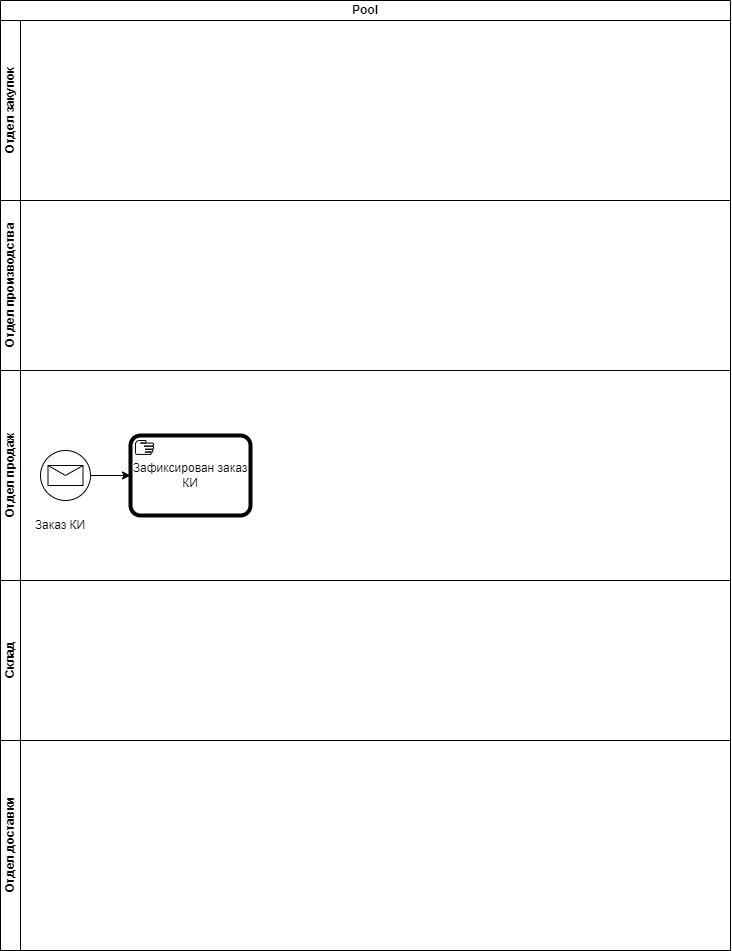
Above: BPMN.drawio.png in SofiyaBrodnikova/-educational (draw.io), before the change. Source tidied: cells renumbered, new cells last; positions are measured from the earlier drawing's top-left corner, leaving out a move shared by most shapes.
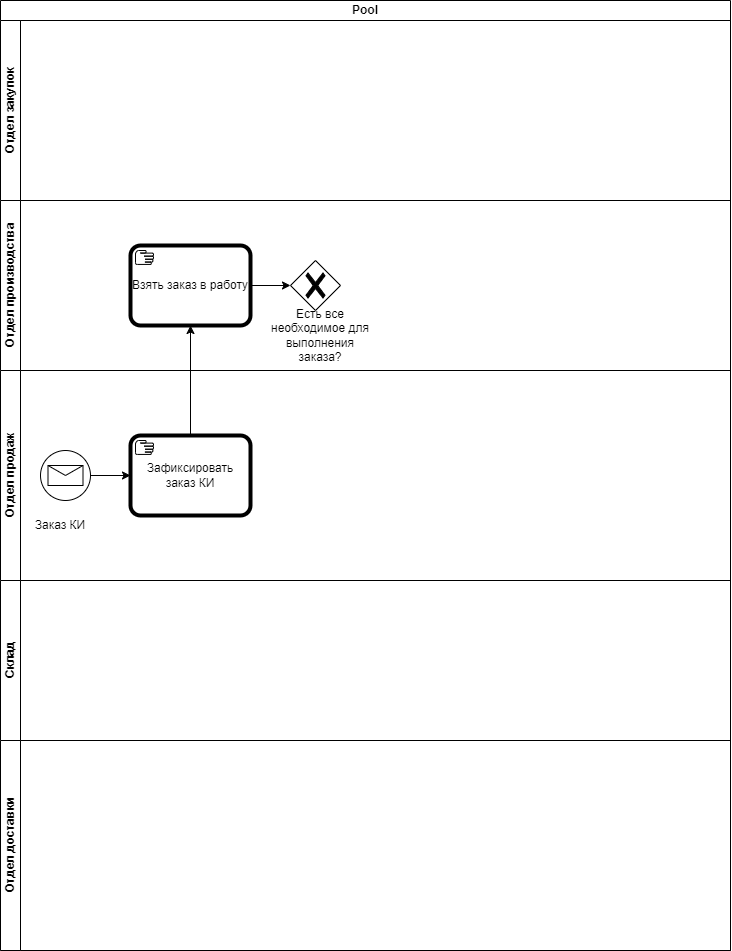
Later version of the same file.

Diff of the diagram source:
```diff
@@ -11,10 +11,22 @@
     <mxCell id="4" value="Отдел производства" style="swimlane;html=1;startSize=20;horizontal=0;" parent="2" vertex="1">
       <mxGeometry y="200" width="730" height="170" as="geometry" />
     </mxCell>
+    <mxCell id="12" value="Взять заказ в работу" style="points=[[0.25,0,0],[0.5,0,0],[0.75,0,0],[1,0.25,0],[1,0.5,0],[1,0.75,0],[0.75,1,0],[0.5,1,0],[0.25,1,0],[0,0.75,0],[0,0.5,0],[0,0.25,0]];shape=mxgraph.bpmn.task2;whiteSpace=wrap;rectStyle=rounded;size=10;html=1;bpmnShapeType=call;taskMarker=manual;" parent="4" vertex="1">
+      <mxGeometry x="130" y="45" width="120" height="80" as="geometry" />
+    </mxCell>
+    <mxCell id="13" style="points=[[0.25,0.25,0],[0.5,0,0],[0.75,0.25,0],[1,0.5,0],[0.75,0.75,0],[0.5,1,0],[0.25,0.75,0],[0,0.5,0]];shape=mxgraph.bpmn.gateway2;html=1;verticalLabelPosition=bottom;labelBackgroundColor=#ffffff;verticalAlign=top;align=center;perimeter=rhombusPerimeter;outlineConnect=0;outline=none;symbol=none;gwType=exclusive;" parent="4" vertex="1">
+      <mxGeometry x="290" y="60" width="50" height="50" as="geometry" />
+    </mxCell>
+    <mxCell id="14" value="Есть все необходимое для выполнения заказа?" style="text;strokeColor=none;align=center;fillColor=none;html=1;verticalAlign=middle;whiteSpace=wrap;rounded=0;" parent="4" vertex="1">
+      <mxGeometry x="270" y="110" width="100" height="50" as="geometry" />
+    </mxCell>
+    <mxCell id="15" style="edgeStyle=orthogonalEdgeStyle;rounded=0;jettySize=auto;html=1;exitX=1;exitY=0.5;exitDx=0;exitDy=0;exitPerimeter=0;entryX=0;entryY=0.5;entryDx=0;entryDy=0;entryPerimeter=0;" parent="4" edge="1" source="12" target="13">
+      <mxGeometry relative="1" as="geometry" />
+    </mxCell>
     <mxCell id="5" value="Отдел продаж" style="swimlane;html=1;startSize=20;horizontal=0;" parent="2" vertex="1">
       <mxGeometry y="370" width="730" height="210" as="geometry" />
     </mxCell>
-    <mxCell id="6" value="Зафиксирован заказ КИ" style="points=[[0.25,0,0],[0.5,0,0],[0.75,0,0],[1,0.25,0],[1,0.5,0],[1,0.75,0],[0.75,1,0],[0.5,1,0],[0.25,1,0],[0,0.75,0],[0,0.5,0],[0,0.25,0]];shape=mxgraph.bpmn.task2;whiteSpace=wrap;rectStyle=rounded;size=10;html=1;bpmnShapeType=call;taskMarker=manual;" parent="5" vertex="1">
+    <mxCell id="6" value="Зафиксировать заказ КИ" style="points=[[0.25,0,0],[0.5,0,0],[0.75,0,0],[1,0.25,0],[1,0.5,0],[1,0.75,0],[0.75,1,0],[0.5,1,0],[0.25,1,0],[0,0.75,0],[0,0.5,0],[0,0.25,0]];shape=mxgraph.bpmn.task2;whiteSpace=wrap;rectStyle=rounded;size=10;html=1;bpmnShapeType=call;taskMarker=manual;" parent="5" vertex="1">
       <mxGeometry x="130" y="65" width="120" height="80" as="geometry" />
     </mxCell>
     <mxCell id="7" style="points=[[0.145,0.145,0],[0.5,0,0],[0.855,0.145,0],[1,0.5,0],[0.855,0.855,0],[0.5,1,0],[0.145,0.855,0],[0,0.5,0]];shape=mxgraph.bpmn.event;html=1;verticalLabelPosition=bottom;labelBackgroundColor=#ffffff;verticalAlign=top;align=center;perimeter=ellipsePerimeter;outlineConnect=0;outline=standard;symbol=message;" parent="5" vertex="1">
@@ -32,5 +44,8 @@
     <mxCell id="11" value="Отдел доставки" style="swimlane;html=1;startSize=20;horizontal=0;" parent="2" vertex="1">
       <mxGeometry y="740" width="730" height="210" as="geometry" />
     </mxCell>
+    <mxCell id="16" style="edgeStyle=orthogonalEdgeStyle;rounded=0;jettySize=auto;html=1;exitX=0.5;exitY=0;exitDx=0;exitDy=0;exitPerimeter=0;entryX=0.5;entryY=1;entryDx=0;entryDy=0;entryPerimeter=0;" parent="2" edge="1" source="6" target="12">
+      <mxGeometry relative="1" as="geometry" />
+    </mxCell>
   </root>
 </mxGraphModel>
```
